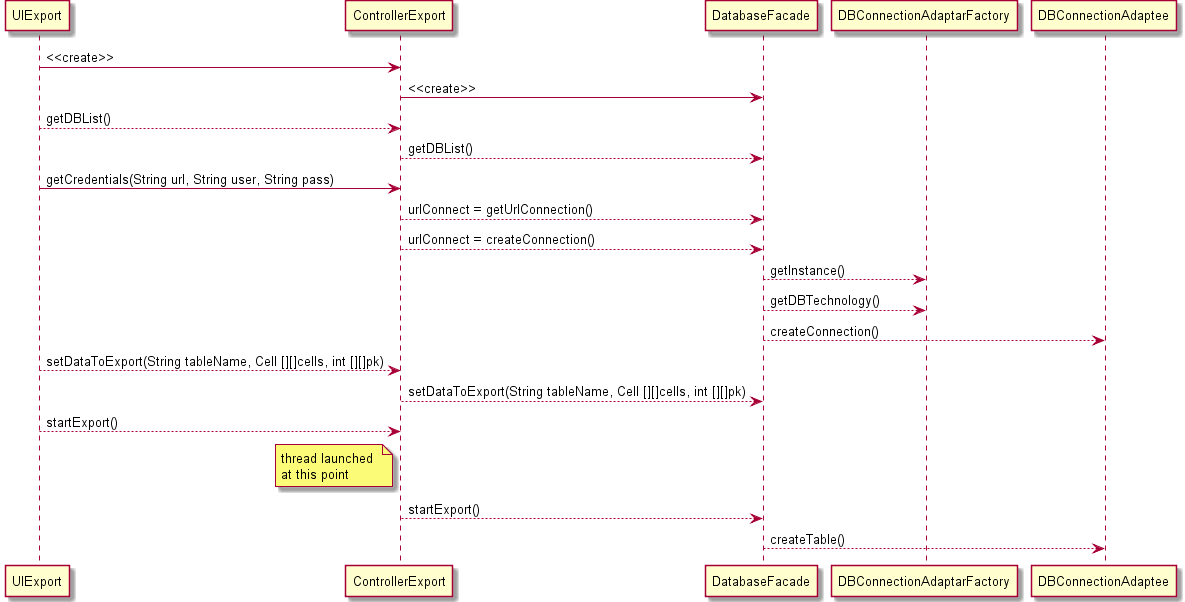
Earlier version of the PlantUML export docs/1111168/Diagrams/use_case_realization_DBexport.png (askpt/LAPR4).
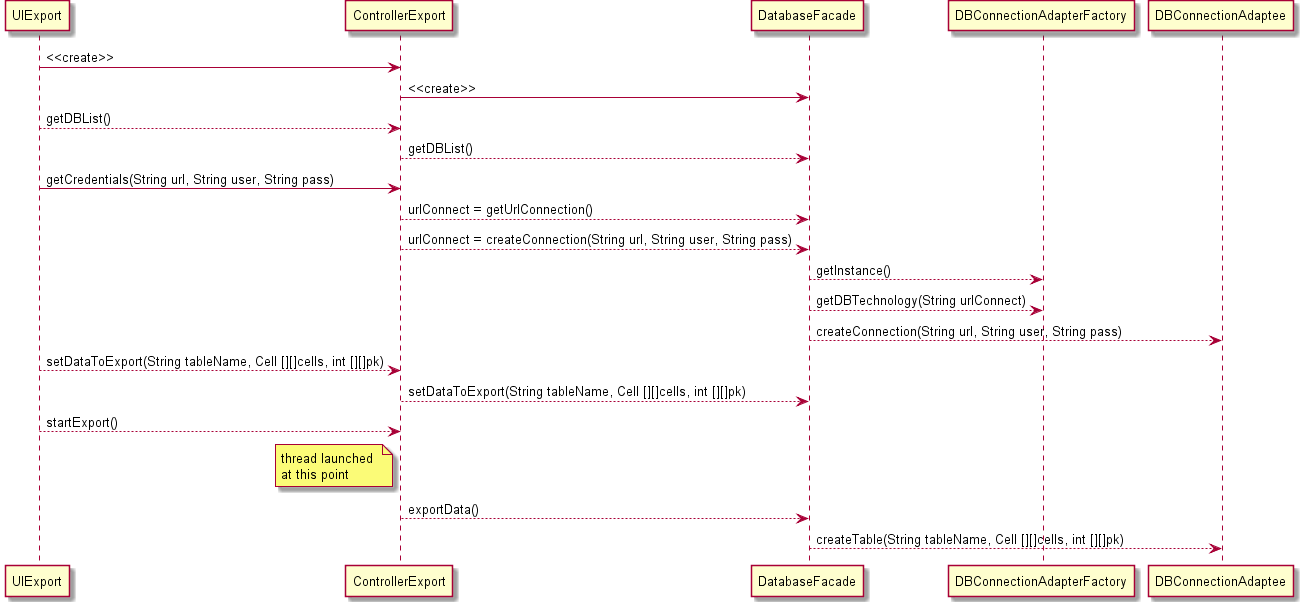
After the change.

Commit message:
1111168: improved sequence diagrams export/import db ref #9 #5

The edit, as a diff of the source:
```diff
@@ -5,10 +5,10 @@
 ControllerExport --> DatabaseFacade: getDBList()
 UIExport -> ControllerExport: getCredentials(String url, String user, String pass)
 ControllerExport --> DatabaseFacade: urlConnect = getUrlConnection()
-ControllerExport --> DatabaseFacade: urlConnect = createConnection()
-DatabaseFacade --> DBConnectionAdaptarFactory: getInstance()
-DatabaseFacade --> DBConnectionAdaptarFactory: getDBTechnology()
-DatabaseFacade --> DBConnectionAdaptee: createConnection()
+ControllerExport --> DatabaseFacade: urlConnect = createConnection(String url, String user, String pass)
+DatabaseFacade --> DBConnectionAdapterFactory: getInstance()
+DatabaseFacade --> DBConnectionAdapterFactory: getDBTechnology(String urlConnect)
+DatabaseFacade --> DBConnectionAdaptee: createConnection(String url, String user, String pass)
 UIExport --> ControllerExport: setDataToExport(String tableName, Cell [][]cells, int [][]pk)
 ControllerExport --> DatabaseFacade: setDataToExport(String tableName, Cell [][]cells, int [][]pk)
 UIExport --> ControllerExport: startExport()
@@ -16,6 +16,6 @@
  thread launched
  at this point
 end note
-ControllerExport --> DatabaseFacade: startExport()
-DatabaseFacade --> DBConnectionAdaptee: createTable()
+ControllerExport --> DatabaseFacade: exportData()
+DatabaseFacade --> DBConnectionAdaptee: createTable(String tableName, Cell [][]cells, int [][]pk)
 @enduml
```
